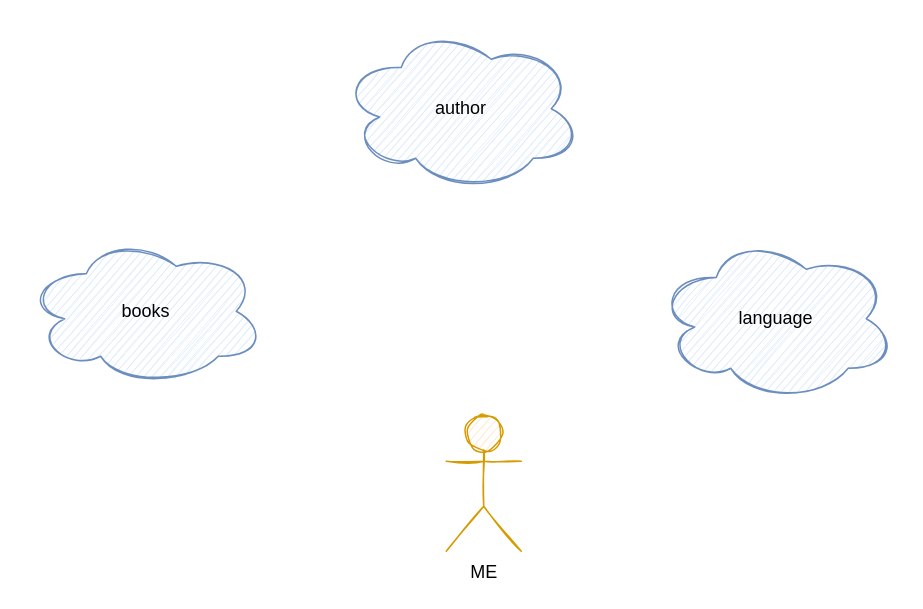
VikaLee1/Database_Day1 keeps this draw.io diagram as page "Step1-Purpose" (1 of 4) of Viktoria/home_library.drawio. Above is the earlier version. Source tidied: cells renumbered, new cells numbered last; positions are measured from the earlier drawing's top-left corner, leaving out a move shared by most shapes. Both pictures are drawn from the tidied source at 150%, with x=0, y=0 at pixel (26, 26).
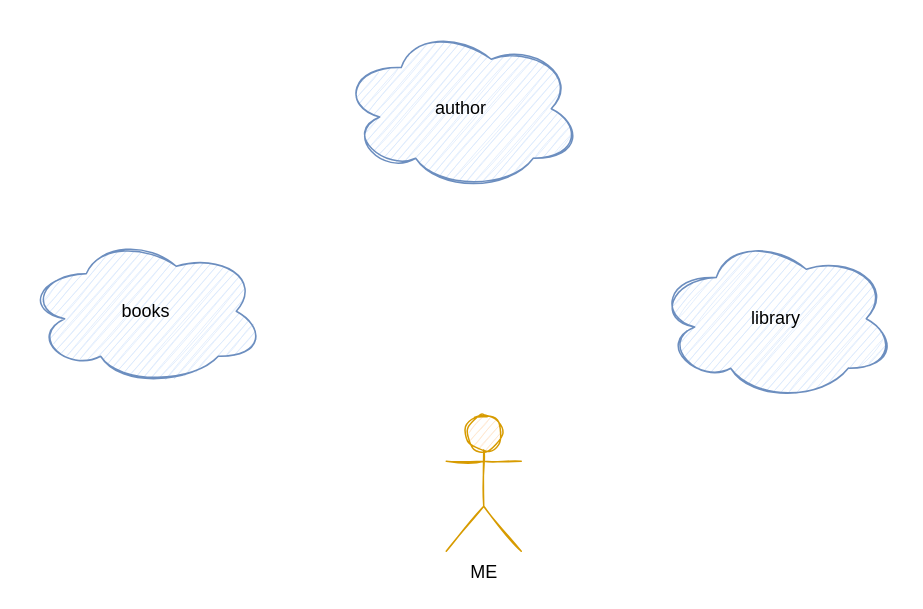
After the change.

Commit message (it also covers changes not shown here):
library and auction

The edit, as a diff of the source:
```diff
@@
 <mxGraphModel>
   <root>
     <mxCell id="0" />
     <mxCell id="1" parent="0" />
     <mxCell id="2" value="ME" style="shape=umlActor;verticalLabelPosition=bottom;verticalAlign=top;html=1;rounded=0;sketch=1;fillColor=#ffe6cc;strokeColor=#d79b00;" parent="1" vertex="1">
       <mxGeometry x="280" y="260" width="50" height="90" as="geometry" />
     </mxCell>
     <mxCell id="3" value="books" style="ellipse;shape=cloud;whiteSpace=wrap;html=1;rounded=0;sketch=1;fillColor=#dae8fc;strokeColor=#6c8ebf;" parent="1" vertex="1">
       <mxGeometry y="140" width="160" height="100" as="geometry" />
     </mxCell>
-    <mxCell id="4" value="language" style="ellipse;shape=cloud;whiteSpace=wrap;html=1;rounded=0;sketch=1;fillColor=#dae8fc;strokeColor=#6c8ebf;" parent="1" vertex="1">
+    <mxCell id="4" value="library" style="ellipse;shape=cloud;whiteSpace=wrap;html=1;rounded=0;sketch=1;fillColor=#dae8fc;strokeColor=#6c8ebf;" parent="1" vertex="1">
       <mxGeometry x="420" y="140" width="160" height="110" as="geometry" />
     </mxCell>
     <mxCell id="5" value="author" style="ellipse;shape=cloud;whiteSpace=wrap;html=1;rounded=0;sketch=1;fillColor=#dae8fc;strokeColor=#6c8ebf;" parent="1" vertex="1">
       <mxGeometry x="210" width="160" height="110" as="geometry" />
     </mxCell>
   </root>
 </mxGraphModel>
```
